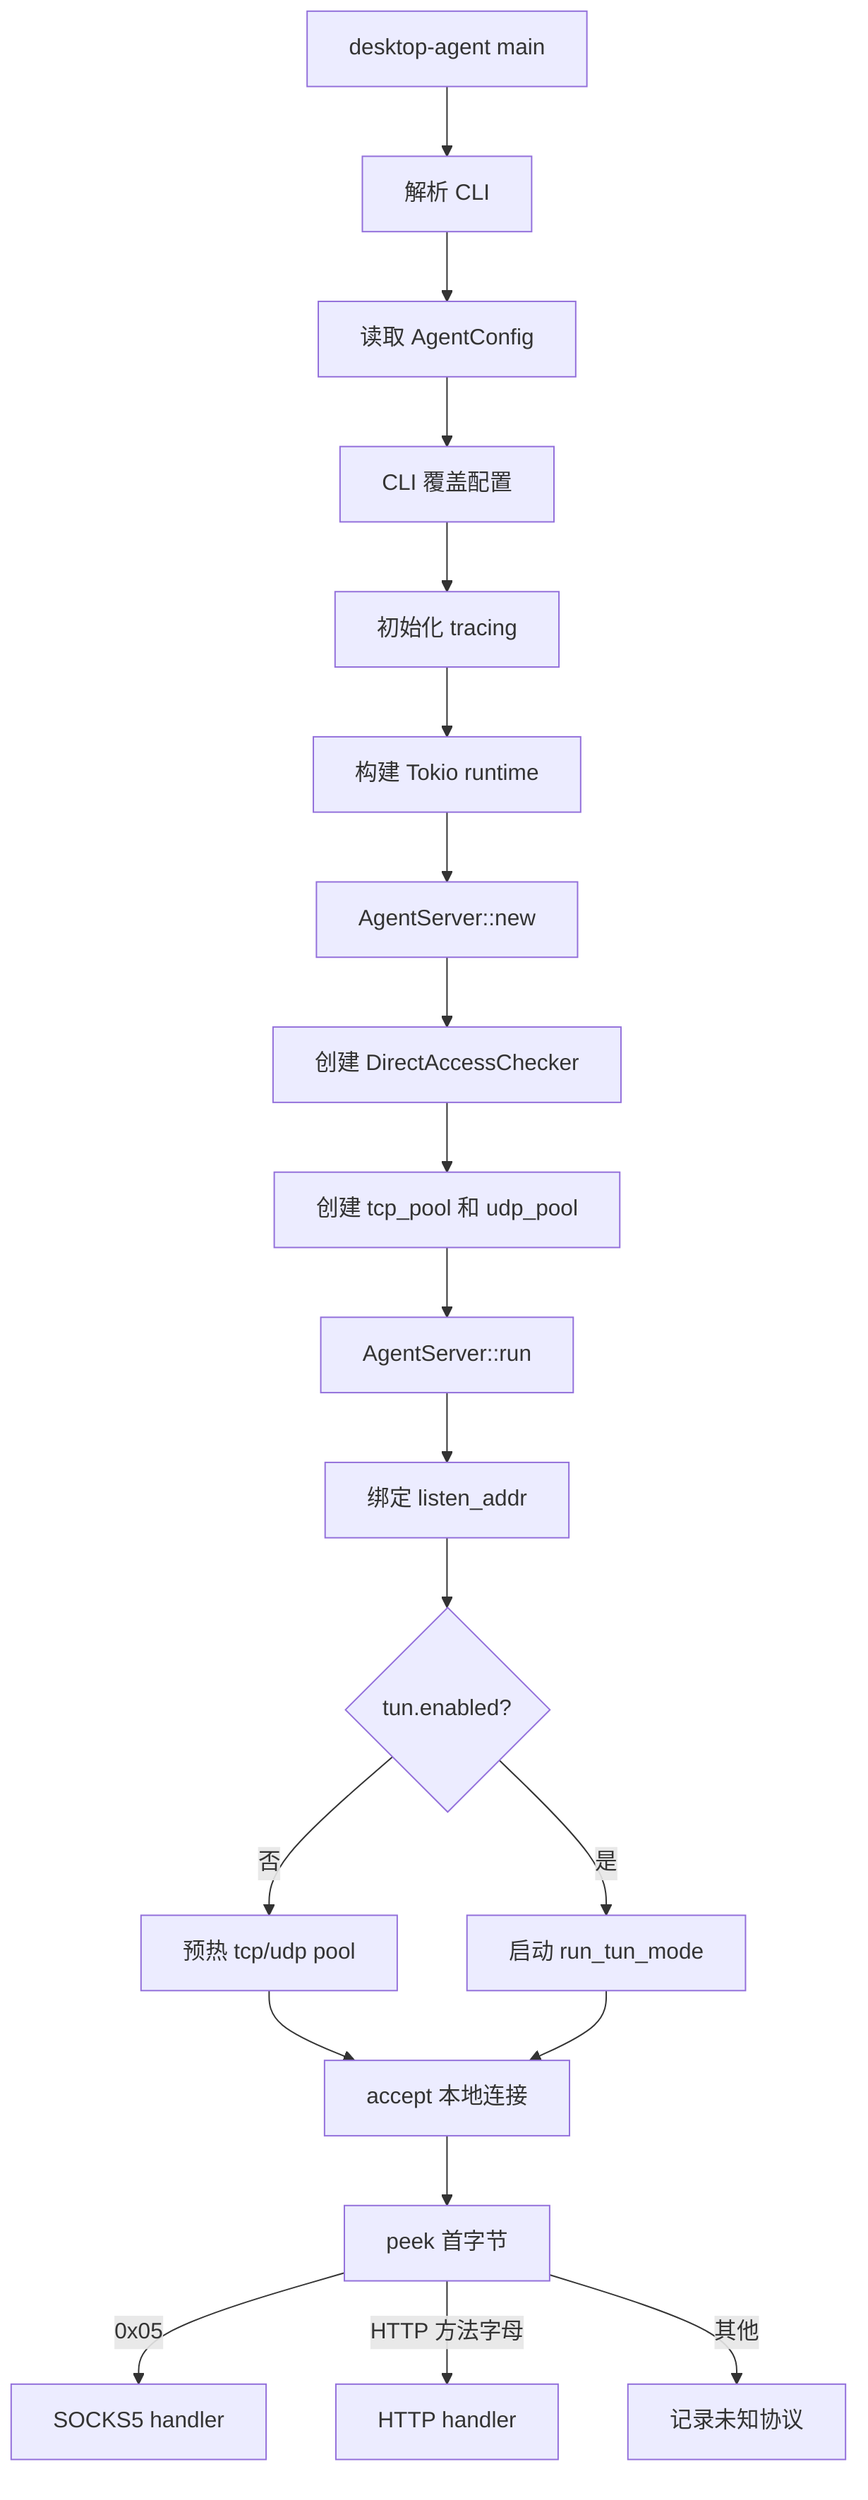
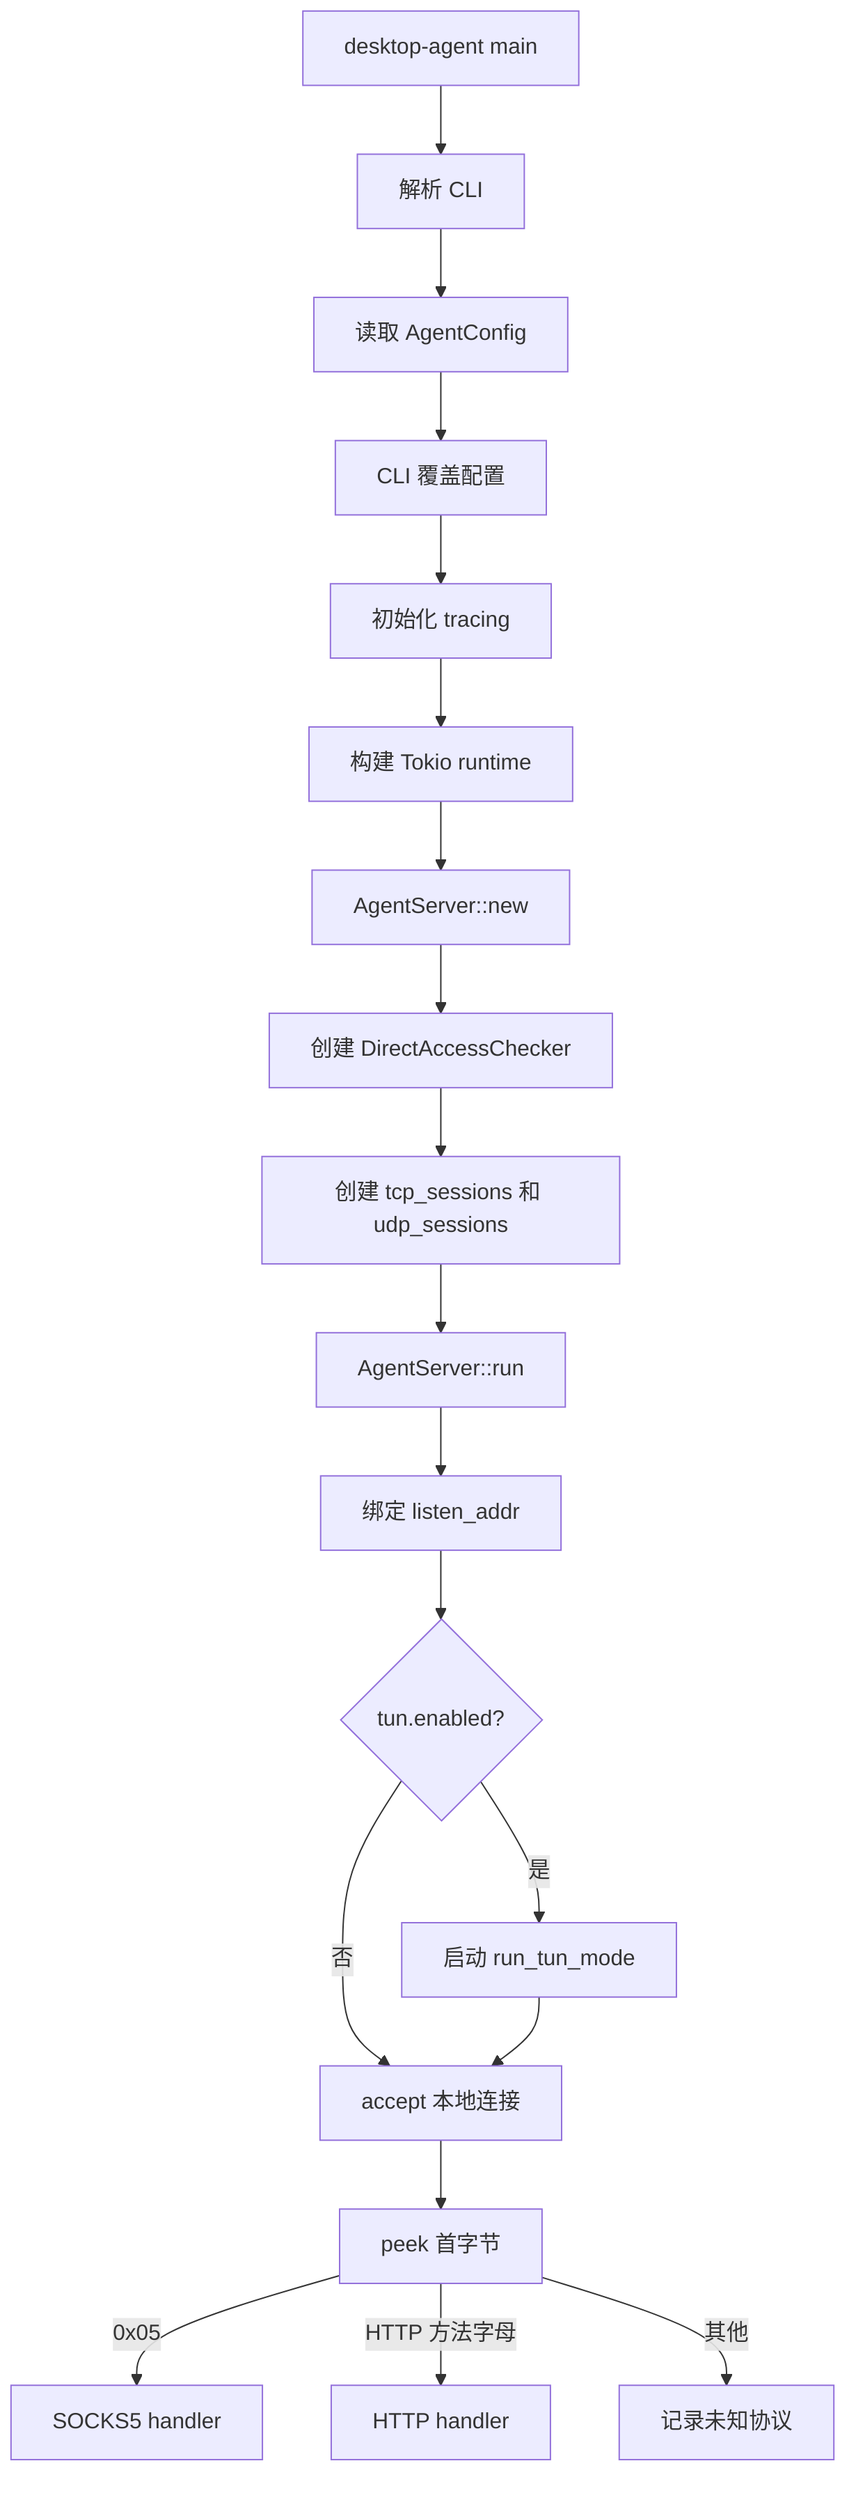
flowchart TD
    A["desktop-agent main"] --> B["解析 CLI"]
    B --> C["读取 AgentConfig"]
    C --> D["CLI 覆盖配置"]
    D --> E["初始化 tracing"]
    E --> F["构建 Tokio runtime"]
    F --> G["AgentServer::new"]
    G --> H["创建 DirectAccessChecker"]
-     H --> I["创建 tcp_pool 和 udp_pool"]
+     H --> I["创建 tcp_sessions 和 udp_sessions"]
    I --> J["AgentServer::run"]
    J --> K["绑定 listen_addr"]
    K --> L{"tun.enabled?"}
-     L -->|"否"| M["预热 tcp/udp pool"]
+     L -->|"否"| O["accept 本地连接"]
    L -->|"是"| N["启动 run_tun_mode"]
-     M --> O["accept 本地连接"]
    N --> O
    O --> P["peek 首字节"]
    P -->|"0x05"| Q["SOCKS5 handler"]
    P -->|"HTTP 方法字母"| R["HTTP handler"]
    P -->|"其他"| S["记录未知协议"]
